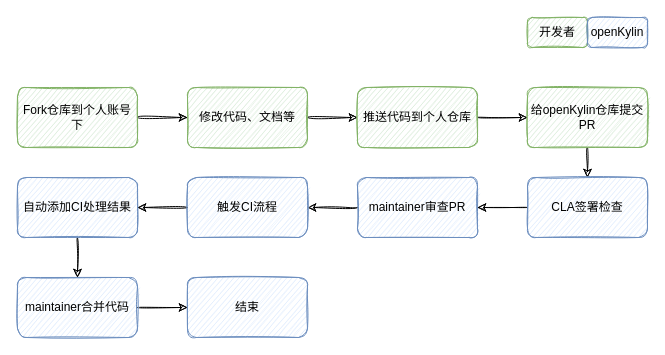
Earlier version of the draw.io diagram 提交PR流程.drawio (weijiang1994/draw-io). Source tidied: cells renumbered, new cells numbered last; positions are measured from the earlier drawing's top-left corner, leaving out a move shared by most shapes. Both pictures are drawn from the tidied source at 100%, with x=0, y=0 at pixel (17, 17).
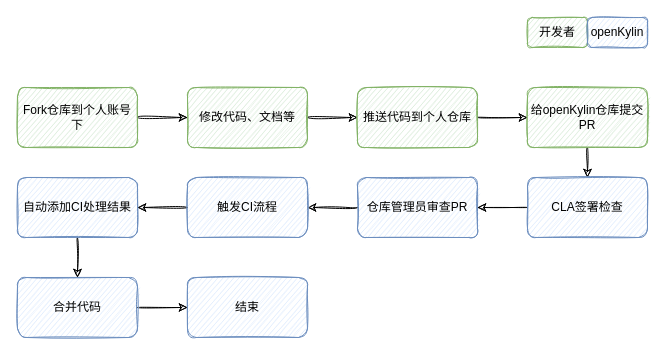
Above is the later version.

Commit message:
更新提交PR流程.drawio

What changed in the source:
```diff
@@
-    <mxCell id="11" value="maintainer审查PR" style="rounded=1;whiteSpace=wrap;html=1;sketch=1;fillColor=#dae8fc;strokeColor=#6c8ebf;" parent="1" vertex="1">
+    <mxCell id="11" value="仓库管理员审查PR" style="rounded=1;whiteSpace=wrap;html=1;sketch=1;fillColor=#dae8fc;strokeColor=#6c8ebf;" parent="1" vertex="1">
       <mxGeometry x="340" y="160" width="120" height="60" as="geometry" />
     </mxCell>
@@
-    <mxCell id="22" value="maintainer合并代码" style="rounded=1;whiteSpace=wrap;html=1;sketch=1;fillColor=#dae8fc;strokeColor=#6c8ebf;" parent="1" vertex="1">
+    <mxCell id="22" value="合并代码" style="rounded=1;whiteSpace=wrap;html=1;sketch=1;fillColor=#dae8fc;strokeColor=#6c8ebf;" parent="1" vertex="1">
       <mxGeometry y="260" width="120" height="60" as="geometry" />
     </mxCell>
```
